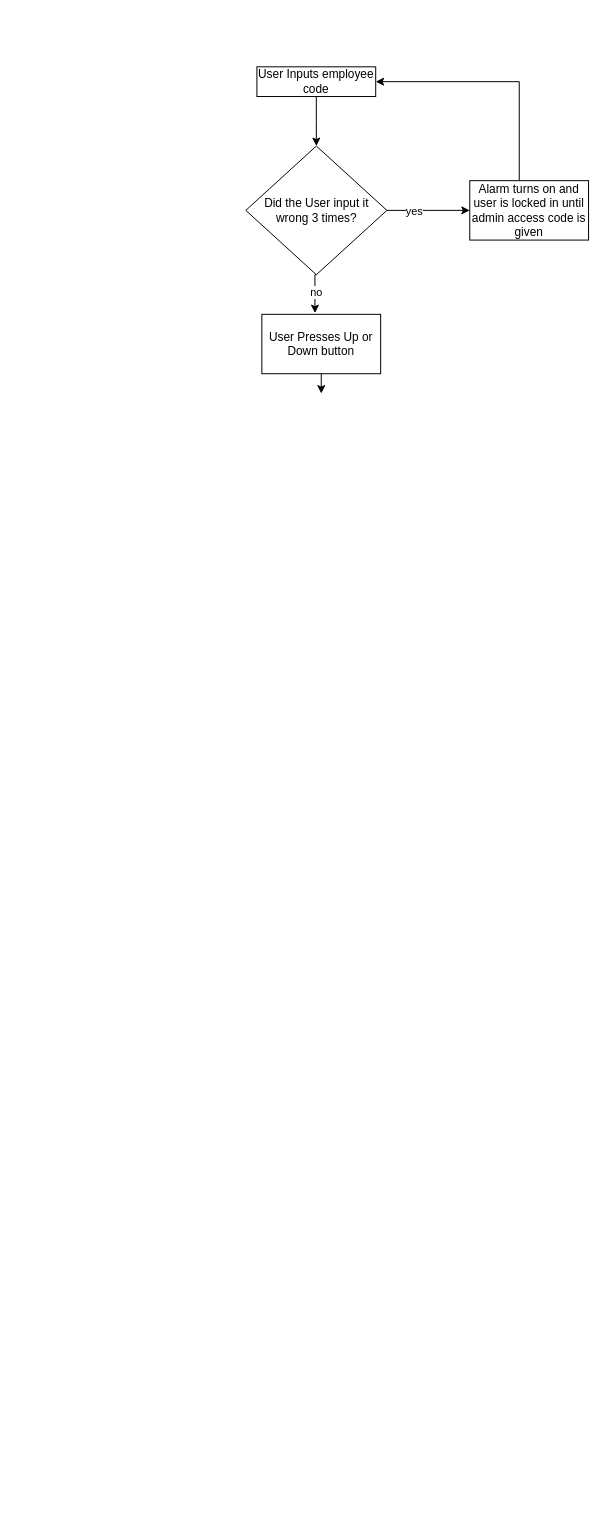
Earlier version of the draw.io diagram Untitled Diagram.drawio (thesquidgrid/ElevatorProj). Source tidied: cells renumbered, new cells numbered last; positions are measured from the earlier drawing's top-left corner, leaving out a move shared by most shapes. Both pictures are drawn from the tidied source at 99%, with x=0, y=0 at pixel (246, 66).
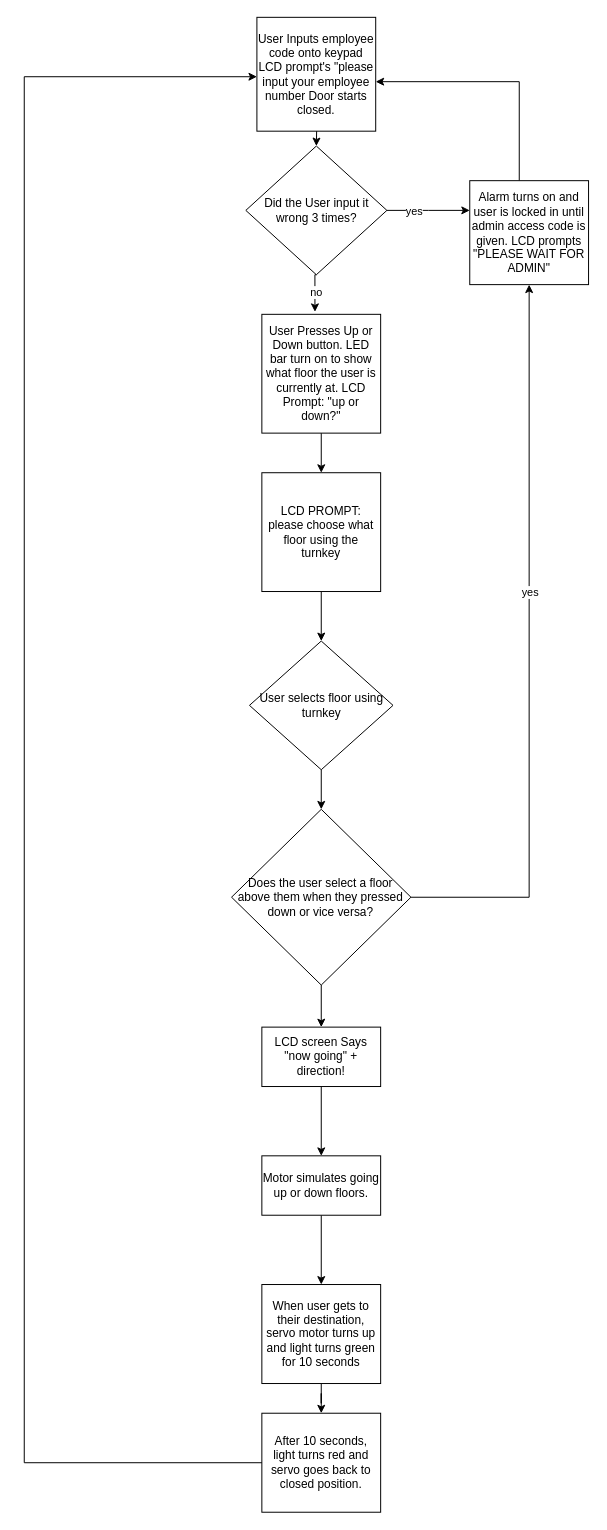
The same page after the edit.

Commit message:
finished diagram

Unchanged cells that the change refers to:
```xml
<mxCell id="8" value="Did the User input it wrong 3 times?" style="rhombus;whiteSpace=wrap;html=1;" parent="1" vertex="1">
  <mxGeometry x="-0.2" y="80" width="142.5" height="130" as="geometry" />
</mxCell>
```

Diff of the diagram source:
```diff
@@
     <mxCell id="2" style="edgeStyle=orthogonalEdgeStyle;rounded=0;jettySize=auto;html=1;entryX=0.5;entryY=0;entryDx=0;entryDy=0;" parent="1" edge="1" source="3">
       <mxGeometry relative="1" as="geometry">
         <mxPoint x="76" y="330" as="targetPoint" />
+        <Array as="points">
+          <mxPoint x="76" y="320" />
+          <mxPoint x="76" y="320" />
+        </Array>
       </mxGeometry>
     </mxCell>
+    <mxCell id="13" style="edgeStyle=orthogonalEdgeStyle;rounded=0;jettySize=auto;html=1;" parent="1" edge="1" source="3" target="16">
+      <mxGeometry relative="1" as="geometry" />
+    </mxCell>
-    <mxCell id="3" value="&lt;div&gt;User Presses Up or Down button&lt;/div&gt;" style="rounded=0;whiteSpace=wrap;html=1;" parent="1" vertex="1">
-      <mxGeometry x="16" y="250" width="120" height="60" as="geometry" />
+    <mxCell id="3" value="&lt;div&gt;User Presses Up or Down button. LED bar turn on to show what floor the user is currently at. LCD Prompt: &quot;up or down?&quot;&lt;/div&gt;" style="rounded=0;whiteSpace=wrap;html=1;" parent="1" vertex="1">
+      <mxGeometry x="16" y="250" width="120" height="120" as="geometry" />
     </mxCell>
-    <mxCell id="4" style="edgeStyle=orthogonalEdgeStyle;rounded=0;jettySize=auto;html=1;entryX=0.5;entryY=0;entryDx=0;entryDy=0;" parent="1" edge="1" source="5" target="8">
-      <mxGeometry relative="1" as="geometry" />
+    <mxCell id="4" style="edgeStyle=orthogonalEdgeStyle;rounded=0;jettySize=auto;html=1;entryX=0.5;entryY=0;entryDx=0;entryDy=0;" parent="1" edge="1" target="8">
+      <mxGeometry relative="1" as="geometry">
+        <mxPoint x="71" y="30" as="sourcePoint" />
+      </mxGeometry>
     </mxCell>
-    <mxCell id="5" value="User Inputs employee code" style="rounded=0;whiteSpace=wrap;html=1;" parent="1" vertex="1">
-      <mxGeometry x="11" width="120" height="30" as="geometry" />
-    </mxCell>
@@
-    <mxCell id="9" style="edgeStyle=orthogonalEdgeStyle;rounded=0;jettySize=auto;html=1;entryX=1;entryY=0.5;entryDx=0;entryDy=0;" parent="1" edge="1" source="10" target="5">
+    <mxCell id="9" style="edgeStyle=orthogonalEdgeStyle;rounded=0;jettySize=auto;html=1;entryX=1;entryY=0.5;entryDx=0;entryDy=0;" parent="1" edge="1" source="10">
       <mxGeometry relative="1" as="geometry">
+        <mxPoint x="131" y="15" as="targetPoint" />
         <Array as="points">
           <mxPoint x="276" y="15" />
         </Array>
       </mxGeometry>
     </mxCell>
-    <mxCell id="10" value="Alarm turns on and user is locked in until admin access code is given" style="rounded=0;whiteSpace=wrap;html=1;" parent="1" vertex="1">
-      <mxGeometry x="226" y="115" width="120" height="60" as="geometry" />
+    <mxCell id="10" value="Alarm turns on and user is locked in until admin access code is given. LCD prompts &quot;PLEASE WAIT FOR ADMIN&quot;" style="rounded=0;whiteSpace=wrap;html=1;" parent="1" vertex="1">
+      <mxGeometry x="226" y="115" width="120" height="105" as="geometry" />
     </mxCell>
@@
+    <mxCell id="14" value="User Inputs employee code onto keypad LCD prompt's &quot;please input your employee number Door starts closed." style="rounded=0;whiteSpace=wrap;html=1;" parent="1" vertex="1">
+      <mxGeometry x="11" y="-50" width="120" height="115" as="geometry" />
+    </mxCell>
+    <mxCell id="15" style="edgeStyle=orthogonalEdgeStyle;rounded=0;jettySize=auto;html=1;entryX=0.5;entryY=0;entryDx=0;entryDy=0;" parent="1" edge="1" source="16" target="18">
+      <mxGeometry relative="1" as="geometry" />
+    </mxCell>
+    <mxCell id="16" value="LCD PROMPT: please choose what floor using the turnkey" style="rounded=0;whiteSpace=wrap;html=1;" parent="1" vertex="1">
+      <mxGeometry x="16" y="410" width="120" height="120" as="geometry" />
+    </mxCell>
+    <mxCell id="17" style="edgeStyle=orthogonalEdgeStyle;rounded=0;jettySize=auto;html=1;entryX=0;entryY=0.5;entryDx=0;entryDy=0;" parent="1" edge="1" source="18" target="22">
+      <mxGeometry relative="1" as="geometry" />
+    </mxCell>
+    <mxCell id="18" value="User selects floor using turnkey" style="rhombus;whiteSpace=wrap;html=1;" parent="1" vertex="1">
+      <mxGeometry x="3.5" y="580" width="145" height="130" as="geometry" />
+    </mxCell>
+    <mxCell id="19" style="edgeStyle=orthogonalEdgeStyle;rounded=0;jettySize=auto;html=1;entryX=0.5;entryY=1;entryDx=0;entryDy=0;" parent="1" edge="1" source="22" target="10">
+      <mxGeometry relative="1" as="geometry" />
+    </mxCell>
+    <mxCell id="20" value="yes" style="edgeLabel;html=1;align=center;verticalAlign=middle;" parent="19" vertex="1">
+      <mxGeometry x="0.16" relative="1" as="geometry" />
+    </mxCell>
+    <mxCell id="21" style="edgeStyle=orthogonalEdgeStyle;rounded=0;jettySize=auto;html=1;entryX=0.5;entryY=0;entryDx=0;entryDy=0;" parent="1" edge="1" source="22" target="24">
+      <mxGeometry relative="1" as="geometry" />
+    </mxCell>
+    <mxCell id="22" value="Does the user select a floor above them when they pressed down or vice versa?" style="rhombus;whiteSpace=wrap;html=1;direction=south;" parent="1" vertex="1">
+      <mxGeometry x="-14.6" y="750" width="181.2" height="177.5" as="geometry" />
+    </mxCell>
+    <mxCell id="23" style="edgeStyle=orthogonalEdgeStyle;rounded=0;jettySize=auto;html=1;entryX=0.5;entryY=0;entryDx=0;entryDy=0;" parent="1" edge="1" source="24" target="26">
+      <mxGeometry relative="1" as="geometry" />
+    </mxCell>
+    <mxCell id="24" value="LCD screen Says &quot;now going&quot; + direction!" style="rounded=0;whiteSpace=wrap;html=1;" parent="1" vertex="1">
+      <mxGeometry x="16" y="970" width="120" height="60" as="geometry" />
+    </mxCell>
+    <mxCell id="25" style="edgeStyle=orthogonalEdgeStyle;rounded=0;jettySize=auto;html=1;entryX=0.5;entryY=0;entryDx=0;entryDy=0;" parent="1" edge="1" source="26" target="28">
+      <mxGeometry relative="1" as="geometry" />
+    </mxCell>
+    <mxCell id="26" value="Motor simulates going up or down floors." style="rounded=0;whiteSpace=wrap;html=1;" parent="1" vertex="1">
+      <mxGeometry x="16" y="1100" width="120" height="60" as="geometry" />
+    </mxCell>
+    <mxCell id="27" style="edgeStyle=orthogonalEdgeStyle;rounded=0;jettySize=auto;html=1;" parent="1" edge="1" source="28" target="29">
+      <mxGeometry relative="1" as="geometry" />
+    </mxCell>
+    <mxCell id="28" value="When user gets to their destination, servo motor turns up and light turns green for 10 seconds" style="rounded=0;whiteSpace=wrap;html=1;" parent="1" vertex="1">
+      <mxGeometry x="16" y="1230" width="120" height="100" as="geometry" />
+    </mxCell>
+    <mxCell id="29" value="After 10 seconds, light turns red and servo goes back to closed position. " style="rounded=0;whiteSpace=wrap;html=1;" parent="1" vertex="1">
+      <mxGeometry x="16" y="1360" width="120" height="100" as="geometry" />
+    </mxCell>
+    <mxCell id="30" style="edgeStyle=orthogonalEdgeStyle;rounded=0;jettySize=auto;html=1;entryX=0;entryY=0.435;entryDx=0;entryDy=0;entryPerimeter=0;exitX=0;exitY=0.5;exitDx=0;exitDy=0;" parent="1" edge="1" source="29">
+      <mxGeometry relative="1" as="geometry">
+        <mxPoint x="11" y="10" as="targetPoint" />
+        <Array as="points">
+          <mxPoint x="-224" y="1410" />
+          <mxPoint x="-224" y="10" />
+        </Array>
+      </mxGeometry>
+    </mxCell>
```
